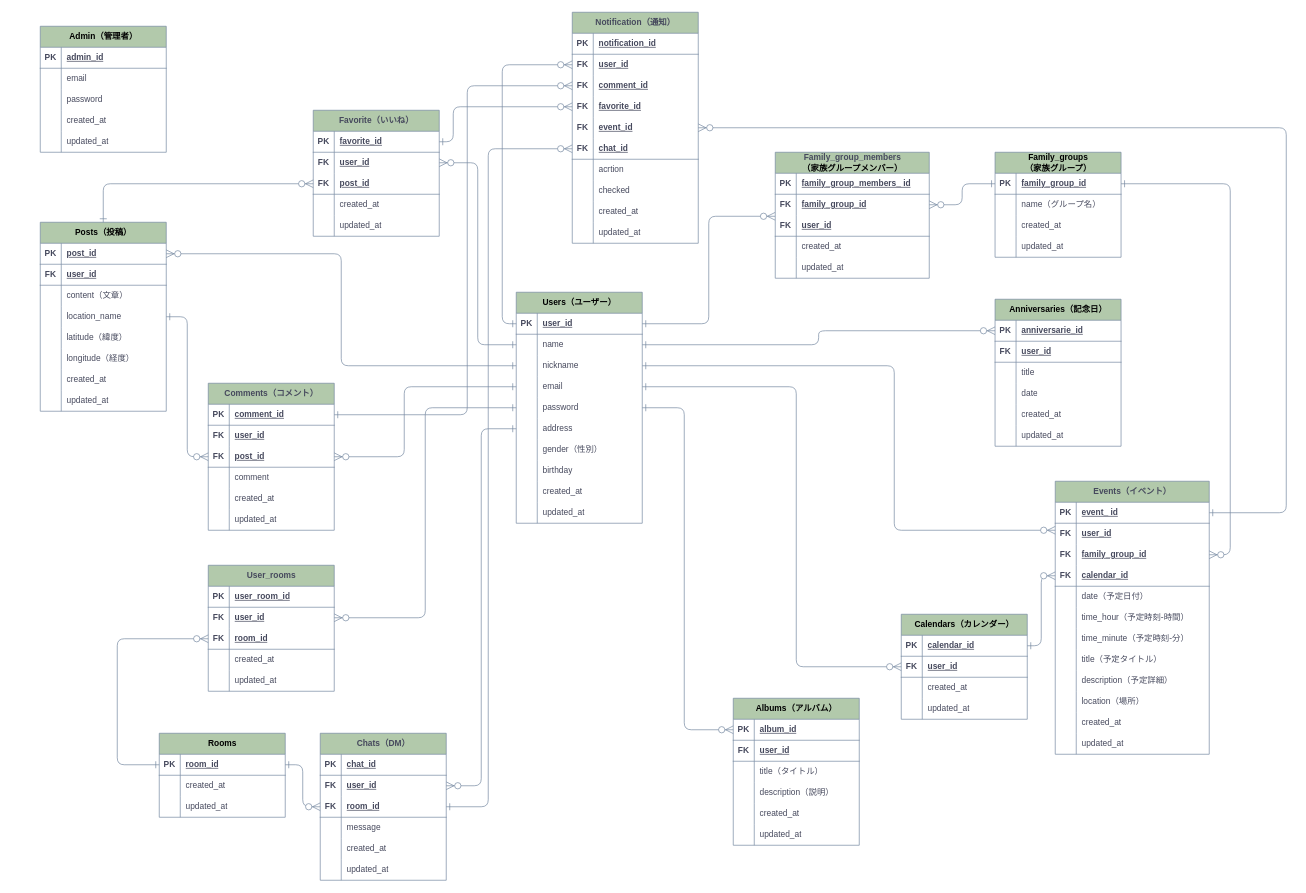
Earlier version of the draw.io diagram 家族インフラ.drawio (Ganmo3/drawio). Source tidied: cells renumbered, new cells numbered last; positions are measured from the earlier drawing's top-left corner, leaving out a move shared by most shapes. Both pictures are drawn from the tidied source at 70%, with x=0, y=0 at pixel (12, -37).
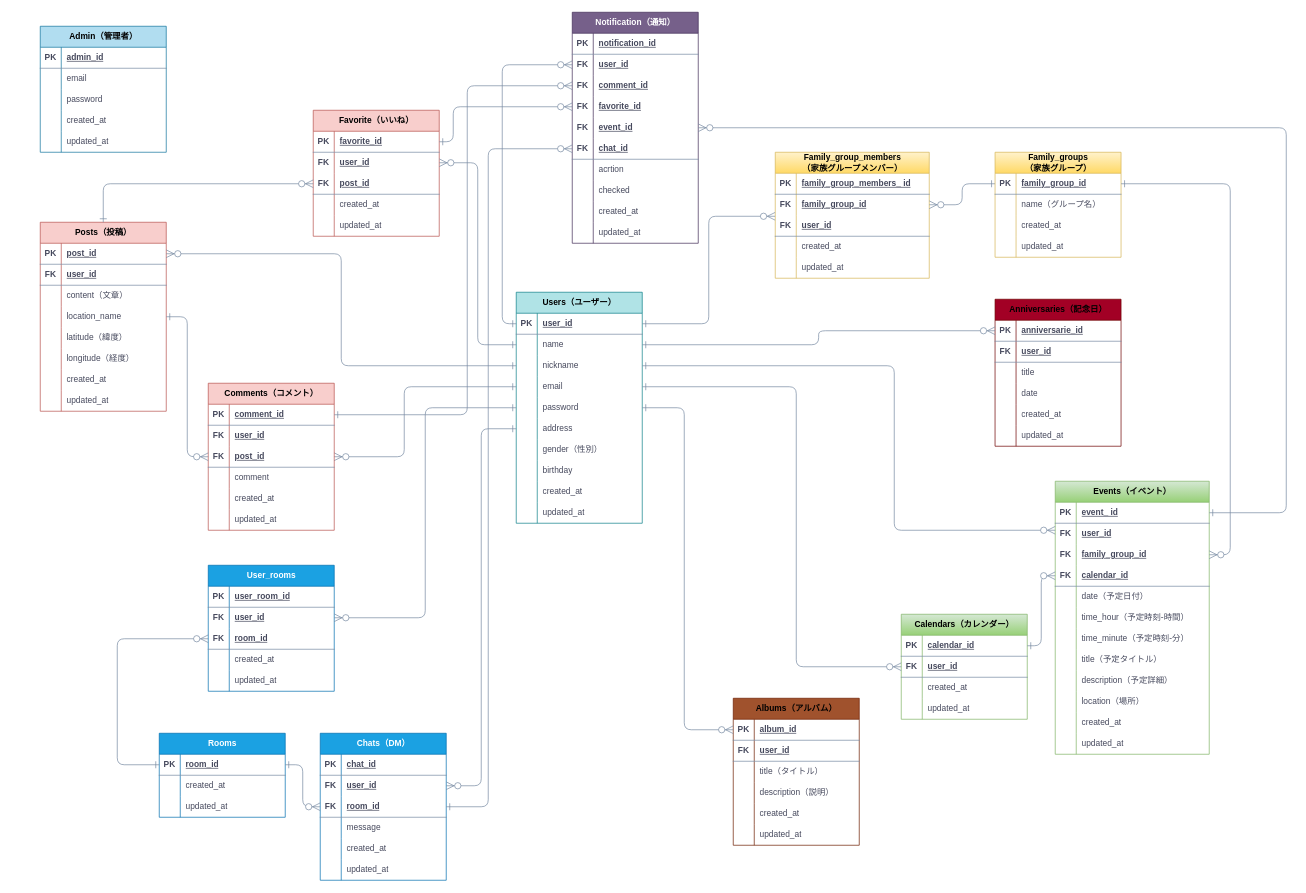
The same diagram, later.

Commit message:
家族インフラ.drawio を更新します

Diff of the diagram source:
```diff
@@
-    <mxCell id="2" value="&lt;font color=&quot;#000000&quot;&gt;Admin（管理者）&lt;/font&gt;" style="shape=table;startSize=30;childLayout=tableLayout;rowLines=0;fontStyle=1;align=center;html=1;strokeColor=#788AA3;fontFamily=Helvetica;fontSize=12;fontColor=#46495D;fillColor=#B2C9AB;labelBackgroundColor=none;" parent="1" vertex="1">
+    <mxCell id="2" value="&lt;font color=&quot;#000000&quot;&gt;Admin（管理者）&lt;/font&gt;" style="shape=table;startSize=30;childLayout=tableLayout;rowLines=0;fontStyle=1;align=center;html=1;strokeColor=#10739e;fontFamily=Helvetica;fontSize=12;fillColor=#b1ddf0;labelBackgroundColor=none;" parent="1" vertex="1">
       <mxGeometry x="40" y="90" width="180" height="180" as="geometry" />
     </mxCell>
@@
-    <mxCell id="18" value="&lt;font color=&quot;#000000&quot;&gt;Users（ユーザー）&lt;/font&gt;" style="shape=table;startSize=30;childLayout=tableLayout;rowLines=0;fontStyle=1;align=center;html=1;strokeColor=#788AA3;fontFamily=Helvetica;fontSize=12;fontColor=#46495D;fillColor=#B2C9AB;labelBackgroundColor=none;" parent="1" vertex="1">
+    <mxCell id="18" value="&lt;font color=&quot;#000000&quot;&gt;Users（ユーザー）&lt;/font&gt;" style="shape=table;startSize=30;childLayout=tableLayout;rowLines=0;fontStyle=1;align=center;html=1;fontFamily=Helvetica;fontSize=12;fillColor=#b0e3e6;labelBackgroundColor=none;strokeColor=#0e8088;" parent="1" vertex="1">
       <mxGeometry x="720" y="470" width="180" height="330" as="geometry" />
     </mxCell>
@@
-    <mxCell id="53" value="Family_group_members&lt;br style=&quot;border-color: var(--border-color); color: rgb(0, 0, 0);&quot;&gt;&lt;span style=&quot;color: rgb(0, 0, 0);&quot;&gt;（家族グループメンバー）&lt;/span&gt;" style="shape=table;startSize=30;childLayout=tableLayout;rowLines=0;fontStyle=1;align=center;html=1;strokeColor=#788AA3;fontFamily=Helvetica;fontSize=12;fillColor=#B2C9AB;labelBackgroundColor=none;fontColor=#46495D;" parent="1" vertex="1">
+    <mxCell id="53" value="Family_group_members&lt;br style=&quot;border-color: var(--border-color); color: rgb(0, 0, 0);&quot;&gt;&lt;span style=&quot;color: rgb(0, 0, 0);&quot;&gt;（家族グループメンバー）&lt;/span&gt;" style="shape=table;startSize=30;childLayout=tableLayout;rowLines=0;fontStyle=1;align=center;html=1;strokeColor=#d6b656;fontFamily=Helvetica;fontSize=12;fillColor=#fff2cc;labelBackgroundColor=none;gradientColor=#ffd966;" parent="1" vertex="1">
       <mxGeometry x="1090" y="270" width="220" height="180" as="geometry" />
     </mxCell>
@@
-    <mxCell id="70" value="&lt;font color=&quot;#000000&quot;&gt;Anniversaries（記念日）&lt;/font&gt;" style="shape=table;startSize=30;childLayout=tableLayout;rowLines=0;fontStyle=1;align=center;html=1;strokeColor=#788AA3;fontFamily=Helvetica;fontSize=12;fillColor=#B2C9AB;labelBackgroundColor=none;fontColor=#46495D;" parent="1" vertex="1">
+    <mxCell id="70" value="&lt;font color=&quot;#000000&quot;&gt;Anniversaries（記念日）&lt;/font&gt;" style="shape=table;startSize=30;childLayout=tableLayout;rowLines=0;fontStyle=1;align=center;html=1;fontFamily=Helvetica;fontSize=12;fillColor=#a20025;labelBackgroundColor=none;strokeColor=#6F0000;fontColor=#ffffff;" parent="1" vertex="1">
       <mxGeometry x="1404" y="480" width="180" height="210" as="geometry" />
     </mxCell>
@@
-    <mxCell id="90" value="&lt;font color=&quot;#000000&quot;&gt;Posts（投稿）&lt;/font&gt;" style="shape=table;startSize=30;childLayout=tableLayout;rowLines=0;fontStyle=1;align=center;html=1;strokeColor=#788AA3;fontFamily=Helvetica;fontSize=12;fontColor=#46495D;fillColor=#B2C9AB;labelBackgroundColor=none;" parent="1" vertex="1">
+    <mxCell id="90" value="&lt;font color=&quot;#000000&quot;&gt;Posts（投稿）&lt;/font&gt;" style="shape=table;startSize=30;childLayout=tableLayout;rowLines=0;fontStyle=1;align=center;html=1;strokeColor=#b85450;fontFamily=Helvetica;fontSize=12;fillColor=#f8cecc;labelBackgroundColor=none;" parent="1" vertex="1">
       <mxGeometry x="40" y="370" width="180" height="270" as="geometry" />
     </mxCell>
@@
-    <mxCell id="116" value="&lt;font color=&quot;#000000&quot;&gt;Family_groups&lt;br&gt;（家族グループ）&lt;/font&gt;" style="shape=table;startSize=30;childLayout=tableLayout;rowLines=0;fontStyle=1;align=center;html=1;strokeColor=#788AA3;fontFamily=Helvetica;fontSize=12;fillColor=#B2C9AB;labelBackgroundColor=none;fontColor=#46495D;" parent="1" vertex="1">
+    <mxCell id="116" value="&lt;font color=&quot;#000000&quot;&gt;Family_groups&lt;br&gt;（家族グループ）&lt;/font&gt;" style="shape=table;startSize=30;childLayout=tableLayout;rowLines=0;fontStyle=1;align=center;html=1;strokeColor=#d6b656;fontFamily=Helvetica;fontSize=12;fillColor=#fff2cc;labelBackgroundColor=none;gradientColor=#ffd966;" parent="1" vertex="1">
       <mxGeometry x="1404" y="270" width="180" height="150" as="geometry" />
     </mxCell>
@@
-    <mxCell id="132" value="&lt;font color=&quot;#000000&quot;&gt;Calendars（カレンダー）&lt;/font&gt;" style="shape=table;startSize=30;childLayout=tableLayout;rowLines=0;fontStyle=1;align=center;html=1;strokeColor=#788AA3;fontFamily=Helvetica;fontSize=12;fillColor=#B2C9AB;labelBackgroundColor=none;fontColor=#46495D;" parent="1" vertex="1">
+    <mxCell id="132" value="&lt;font color=&quot;#000000&quot;&gt;Calendars（カレンダー）&lt;/font&gt;" style="shape=table;startSize=30;childLayout=tableLayout;rowLines=0;fontStyle=1;align=center;html=1;strokeColor=#82b366;fontFamily=Helvetica;fontSize=12;fillColor=#d5e8d4;labelBackgroundColor=none;gradientColor=#97d077;" parent="1" vertex="1">
       <mxGeometry x="1270" y="930" width="180" height="150" as="geometry" />
     </mxCell>
@@
-    <mxCell id="145" value="Events（イベント）" style="shape=table;startSize=30;childLayout=tableLayout;rowLines=0;fontStyle=1;align=center;html=1;strokeColor=#788AA3;fontFamily=Helvetica;fontSize=12;fillColor=#B2C9AB;labelBackgroundColor=none;fontColor=#46495D;" parent="1" vertex="1">
+    <mxCell id="145" value="Events（イベント）" style="shape=table;startSize=30;childLayout=tableLayout;rowLines=0;fontStyle=1;align=center;html=1;strokeColor=#82b366;fontFamily=Helvetica;fontSize=12;fillColor=#d5e8d4;labelBackgroundColor=none;gradientColor=#97d077;" parent="1" vertex="1">
       <mxGeometry x="1490" y="740" width="220" height="390" as="geometry" />
     </mxCell>
@@
-    <mxCell id="186" value="Favorite（いいね）" style="shape=table;startSize=30;childLayout=tableLayout;rowLines=0;fontStyle=1;align=center;html=1;strokeColor=#788AA3;fontFamily=Helvetica;fontSize=12;fillColor=#B2C9AB;labelBackgroundColor=none;fontColor=#46495D;" parent="1" vertex="1">
+    <mxCell id="186" value="Favorite（いいね）" style="shape=table;startSize=30;childLayout=tableLayout;rowLines=0;fontStyle=1;align=center;html=1;strokeColor=#b85450;fontFamily=Helvetica;fontSize=12;fillColor=#f8cecc;labelBackgroundColor=none;" parent="1" vertex="1">
       <mxGeometry x="430" y="210" width="180" height="180" as="geometry" />
     </mxCell>
@@
-    <mxCell id="204" value="Comments（コメント）" style="shape=table;startSize=30;childLayout=tableLayout;rowLines=0;fontStyle=1;align=center;html=1;strokeColor=#788AA3;fontFamily=Helvetica;fontSize=12;fillColor=#B2C9AB;labelBackgroundColor=none;fontColor=#46495D;" parent="1" vertex="1">
+    <mxCell id="204" value="Comments（コメント）" style="shape=table;startSize=30;childLayout=tableLayout;rowLines=0;fontStyle=1;align=center;html=1;strokeColor=#b85450;fontFamily=Helvetica;fontSize=12;fillColor=#f8cecc;labelBackgroundColor=none;" parent="1" vertex="1">
       <mxGeometry x="280" y="600" width="180" height="210" as="geometry" />
     </mxCell>
@@
-    <mxCell id="225" value="User_rooms" style="shape=table;startSize=30;childLayout=tableLayout;rowLines=0;fontStyle=1;align=center;html=1;strokeColor=#788AA3;fontFamily=Helvetica;fontSize=12;fillColor=#B2C9AB;labelBackgroundColor=none;fontColor=#46495D;" parent="1" vertex="1">
+    <mxCell id="225" value="User_rooms" style="shape=table;startSize=30;childLayout=tableLayout;rowLines=0;fontStyle=1;align=center;html=1;strokeColor=#006EAF;fontFamily=Helvetica;fontSize=12;fillColor=#1ba1e2;labelBackgroundColor=none;fontColor=#ffffff;" parent="1" vertex="1">
       <mxGeometry x="280" y="860" width="180" height="180" as="geometry" />
     </mxCell>
@@
-    <mxCell id="241" value="&lt;font color=&quot;#000000&quot;&gt;Rooms&lt;/font&gt;" style="shape=table;startSize=30;childLayout=tableLayout;rowLines=0;fontStyle=1;align=center;html=1;strokeColor=#788AA3;fontFamily=Helvetica;fontSize=12;fontColor=#46495D;fillColor=#B2C9AB;labelBackgroundColor=none;" parent="1" vertex="1">
+    <mxCell id="241" value="&lt;font&gt;Rooms&lt;/font&gt;" style="shape=table;startSize=30;childLayout=tableLayout;rowLines=0;fontStyle=1;align=center;html=1;strokeColor=#006EAF;fontFamily=Helvetica;fontSize=12;fillColor=#1ba1e2;labelBackgroundColor=none;fontColor=#FFFFFF;" parent="1" vertex="1">
       <mxGeometry x="210" y="1100" width="180" height="120" as="geometry" />
     </mxCell>
@@
-    <mxCell id="251" value="Chats（DM）" style="shape=table;startSize=30;childLayout=tableLayout;rowLines=0;fontStyle=1;align=center;html=1;strokeColor=#788AA3;fontFamily=Helvetica;fontSize=12;fillColor=#B2C9AB;labelBackgroundColor=none;fontColor=#46495D;" parent="1" vertex="1">
+    <mxCell id="251" value="Chats（DM）" style="shape=table;startSize=30;childLayout=tableLayout;rowLines=0;fontStyle=1;align=center;html=1;strokeColor=#006EAF;fontFamily=Helvetica;fontSize=12;fillColor=#1ba1e2;labelBackgroundColor=none;fontColor=#ffffff;" parent="1" vertex="1">
       <mxGeometry x="440" y="1100" width="180" height="210" as="geometry" />
     </mxCell>
@@
-    <mxCell id="274" value="&lt;font color=&quot;#000000&quot;&gt;Albums（アルバム）&lt;/font&gt;" style="shape=table;startSize=30;childLayout=tableLayout;rowLines=0;fontStyle=1;align=center;html=1;strokeColor=#788AA3;fontFamily=Helvetica;fontSize=12;fillColor=#B2C9AB;labelBackgroundColor=none;fontColor=#46495D;" parent="1" vertex="1">
+    <mxCell id="274" value="&lt;font color=&quot;#000000&quot;&gt;Albums（アルバム）&lt;/font&gt;" style="shape=table;startSize=30;childLayout=tableLayout;rowLines=0;fontStyle=1;align=center;html=1;strokeColor=#6D1F00;fontFamily=Helvetica;fontSize=12;fillColor=#a0522d;labelBackgroundColor=none;fontColor=#ffffff;" parent="1" vertex="1">
       <mxGeometry x="1030" y="1050" width="180" height="210" as="geometry" />
     </mxCell>
@@
-    <mxCell id="294" value="Notification（通知）" style="shape=table;startSize=30;childLayout=tableLayout;rowLines=0;fontStyle=1;align=center;html=1;strokeColor=#788AA3;fontFamily=Helvetica;fontSize=12;fillColor=#B2C9AB;labelBackgroundColor=none;fontColor=#46495D;" parent="1" vertex="1">
+    <mxCell id="294" value="Notification（通知）" style="shape=table;startSize=30;childLayout=tableLayout;rowLines=0;fontStyle=1;align=center;html=1;strokeColor=#432D57;fontFamily=Helvetica;fontSize=12;fillColor=#76608a;labelBackgroundColor=none;fontColor=#ffffff;" parent="1" vertex="1">
       <mxGeometry x="800" y="70" width="180" height="330" as="geometry" />
     </mxCell>
```
